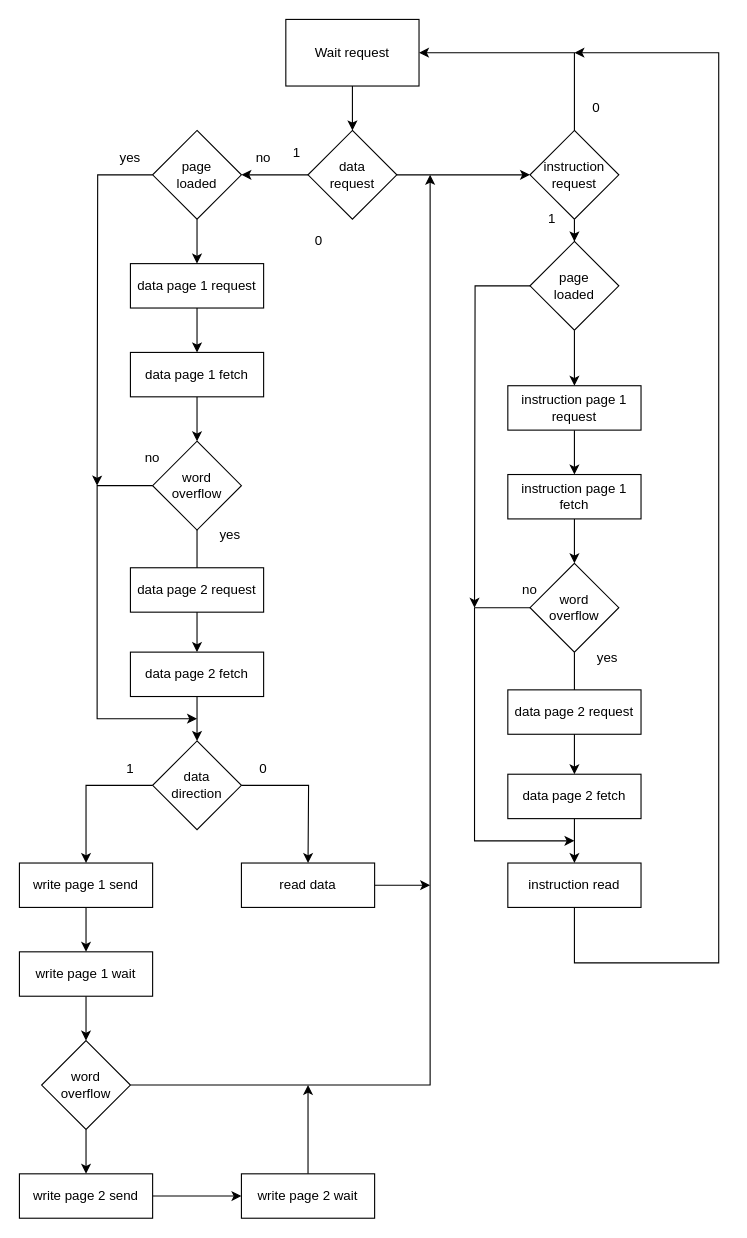
Above: diagrams/memory_manager.drawio in vittorio01/CustomCPU (draw.io), before the change. Source tidied: cells renumbered, new cells numbered last; positions are measured from the earlier drawing's top-left corner, leaving out a move shared by most shapes. Both pictures are drawn from the tidied source at 111%, with x=0, y=0 at pixel (19, 19).
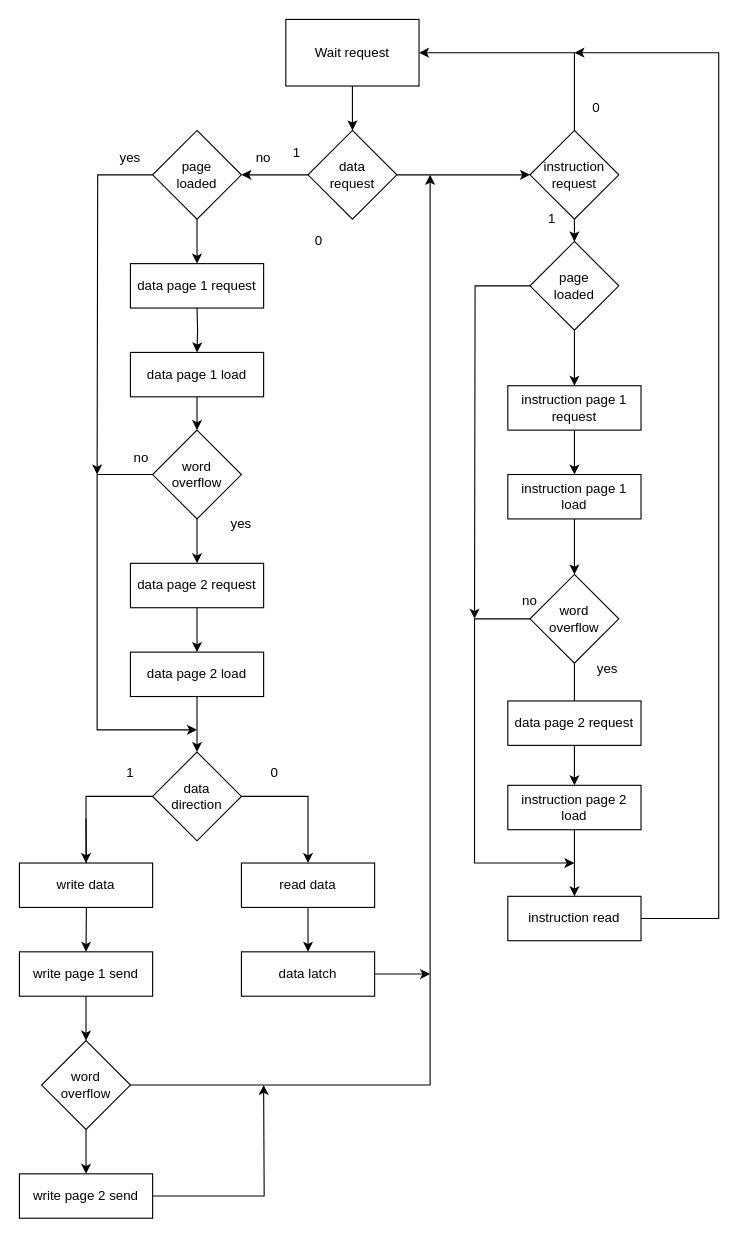
Above is the later version.

Unchanged cells that the change refers to:
```xml
<mxCell id="16" value="data page 1 request" style="rounded=0;whiteSpace=wrap;html=1;" parent="1" vertex="1">
  <mxGeometry x="100" y="220" width="120" height="40" as="geometry" />
</mxCell>
<mxCell id="31" value="read data" style="rounded=0;whiteSpace=wrap;html=1;" parent="1" vertex="1">
  <mxGeometry x="200" y="760" width="120" height="40" as="geometry" />
</mxCell>
<mxCell id="40" value="&lt;div&gt;word &lt;br&gt;&lt;/div&gt;&lt;div&gt;overflow&lt;br&gt;&lt;/div&gt;" style="rhombus;whiteSpace=wrap;html=1;" parent="1" vertex="1">
  <mxGeometry x="20" y="920" width="80" height="80" as="geometry" />
</mxCell>
<mxCell id="42" value="write page 2 send" style="rounded=0;whiteSpace=wrap;html=1;" parent="1" vertex="1">
  <mxGeometry y="1040" width="120" height="40" as="geometry" />
</mxCell>
<mxCell id="46" value="instruction page 1 request" style="rounded=0;whiteSpace=wrap;html=1;" parent="1" vertex="1">
  <mxGeometry x="440" y="330" width="120" height="40" as="geometry" />
</mxCell>
<mxCell id="61" value="&lt;div&gt;page&lt;/div&gt;&lt;div&gt;loaded&lt;br&gt;&lt;/div&gt;" style="rhombus;whiteSpace=wrap;html=1;" parent="1" vertex="1">
  <mxGeometry x="120" y="100" width="80" height="80" as="geometry" />
</mxCell>
<mxCell id="65" value="&lt;div&gt;page&lt;/div&gt;&lt;div&gt;loaded&lt;br&gt;&lt;/div&gt;" style="rhombus;whiteSpace=wrap;html=1;" parent="1" vertex="1">
  <mxGeometry x="460" y="200" width="80" height="80" as="geometry" />
</mxCell>
```

What changed in the source:
```diff
@@
-    <mxCell id="15" style="edgeStyle=orthogonalEdgeStyle;rounded=0;jettySize=auto;html=1;" parent="1" edge="1" source="16" target="18">
-      <mxGeometry relative="1" as="geometry" />
-    </mxCell>
@@
-    <mxCell id="17" style="edgeStyle=orthogonalEdgeStyle;rounded=0;jettySize=auto;html=1;" parent="1" edge="1" source="18" target="21">
-      <mxGeometry relative="1" as="geometry" />
-    </mxCell>
-    <mxCell id="18" value="data page 1 fetch" style="rounded=0;whiteSpace=wrap;html=1;" parent="1" vertex="1">
-      <mxGeometry x="100" y="300" width="120" height="40" as="geometry" />
-    </mxCell>
-    <mxCell id="19" style="edgeStyle=orthogonalEdgeStyle;rounded=0;jettySize=auto;html=1;" parent="1" edge="1" source="21" target="24">
-      <mxGeometry relative="1" as="geometry" />
-    </mxCell>
+    <mxCell id="66" style="edgeStyle=orthogonalEdgeStyle;rounded=0;jettySize=auto;html=1;" parent="1" edge="1" target="72">
+      <mxGeometry relative="1" as="geometry">
+        <mxPoint x="160" y="260" as="sourcePoint" />
+      </mxGeometry>
+    </mxCell>
     <mxCell id="20" style="edgeStyle=orthogonalEdgeStyle;rounded=0;jettySize=auto;html=1;" parent="1" edge="1" source="21">
       <mxGeometry relative="1" as="geometry">
-        <mxPoint x="160" y="630" as="targetPoint" />
+        <mxPoint x="160" y="640" as="targetPoint" />
         <Array as="points">
-          <mxPoint x="70" y="420" />
-          <mxPoint x="70" y="630" />
+          <mxPoint x="70" y="410" />
+          <mxPoint x="70" y="640" />
+          <mxPoint x="160" y="640" />
         </Array>
       </mxGeometry>
     </mxCell>
+    <mxCell id="67" style="edgeStyle=orthogonalEdgeStyle;rounded=0;jettySize=auto;html=1;entryX=0.5;entryY=0;entryDx=0;entryDy=0;" parent="1" edge="1" source="21" target="22">
+      <mxGeometry relative="1" as="geometry" />
+    </mxCell>
     <mxCell id="21" value="&lt;div&gt;word&lt;/div&gt;&lt;div&gt;overflow&lt;br&gt;&lt;/div&gt;" style="rhombus;whiteSpace=wrap;html=1;" parent="1" vertex="1">
-      <mxGeometry x="120" y="380" width="80" height="80" as="geometry" />
+      <mxGeometry x="120" y="370" width="80" height="80" as="geometry" />
     </mxCell>
     <mxCell id="22" value="data page 2 request" style="rounded=0;whiteSpace=wrap;html=1;" parent="1" vertex="1">
-      <mxGeometry x="100" y="494" width="120" height="40" as="geometry" />
+      <mxGeometry x="100" y="490" width="120" height="40" as="geometry" />
     </mxCell>
-    <mxCell id="23" style="edgeStyle=orthogonalEdgeStyle;rounded=0;jettySize=auto;html=1;" parent="1" edge="1" source="24" target="27">
-      <mxGeometry relative="1" as="geometry" />
-    </mxCell>
-    <mxCell id="24" value="data page 2 fetch" style="rounded=0;whiteSpace=wrap;html=1;" parent="1" vertex="1">
-      <mxGeometry x="100" y="570" width="120" height="40" as="geometry" />
-    </mxCell>
+    <mxCell id="68" style="edgeStyle=orthogonalEdgeStyle;rounded=0;jettySize=auto;html=1;exitX=0.5;exitY=1;exitDx=0;exitDy=0;" parent="1" edge="1" source="22">
+      <mxGeometry relative="1" as="geometry">
+        <mxPoint x="160" y="570" as="targetPoint" />
+      </mxGeometry>
+    </mxCell>
-    <mxCell id="25" style="edgeStyle=orthogonalEdgeStyle;rounded=0;jettySize=auto;html=1;" parent="1" edge="1" source="27">
+    <mxCell id="25" style="edgeStyle=orthogonalEdgeStyle;rounded=0;jettySize=auto;html=1;entryX=0.5;entryY=0;entryDx=0;entryDy=0;" parent="1" edge="1" source="27" target="31">
       <mxGeometry relative="1" as="geometry">
-        <mxPoint x="260" y="760" as="targetPoint" />
+        <Array as="points">
+          <mxPoint x="260" y="700" />
+        </Array>
       </mxGeometry>
     </mxCell>
-    <mxCell id="26" style="edgeStyle=orthogonalEdgeStyle;rounded=0;jettySize=auto;html=1;entryX=0.5;entryY=0;entryDx=0;entryDy=0;entryPerimeter=0;" parent="1" edge="1" source="27" target="29">
+    <mxCell id="26" style="edgeStyle=orthogonalEdgeStyle;rounded=0;jettySize=auto;html=1;entryX=0.5;entryY=0;entryDx=0;entryDy=0;" parent="1" edge="1" source="27" target="80">
       <mxGeometry relative="1" as="geometry">
         <Array as="points">
-          <mxPoint x="60" y="690" />
+          <mxPoint x="60" y="700" />
         </Array>
       </mxGeometry>
     </mxCell>
     <mxCell id="27" value="&lt;div&gt;data &lt;br&gt;&lt;/div&gt;&lt;div&gt;direction&lt;br&gt;&lt;/div&gt;" style="rhombus;whiteSpace=wrap;html=1;" parent="1" vertex="1">
-      <mxGeometry x="120" y="650" width="80" height="80" as="geometry" />
+      <mxGeometry x="120" y="660" width="80" height="80" as="geometry" />
     </mxCell>
-    <mxCell id="28" style="edgeStyle=orthogonalEdgeStyle;rounded=0;jettySize=auto;html=1;" parent="1" edge="1" source="29" target="37">
-      <mxGeometry relative="1" as="geometry" />
-    </mxCell>
+    <mxCell id="69" style="edgeStyle=orthogonalEdgeStyle;rounded=0;jettySize=auto;html=1;entryX=0.5;entryY=0;entryDx=0;entryDy=0;" parent="1" edge="1" source="29" target="40">
+      <mxGeometry relative="1" as="geometry" />
+    </mxCell>
     <mxCell id="29" value="write page 1 send" style="rounded=0;whiteSpace=wrap;html=1;" parent="1" vertex="1">
-      <mxGeometry y="760" width="120" height="40" as="geometry" />
+      <mxGeometry y="840" width="120" height="40" as="geometry" />
     </mxCell>
-    <mxCell id="30" style="edgeStyle=orthogonalEdgeStyle;rounded=0;jettySize=auto;html=1;" parent="1" edge="1" source="31">
-      <mxGeometry relative="1" as="geometry">
-        <mxPoint x="370" y="780" as="targetPoint" />
-      </mxGeometry>
-    </mxCell>
+    <mxCell id="70" style="edgeStyle=orthogonalEdgeStyle;rounded=0;jettySize=auto;html=1;" parent="1" edge="1" source="31" target="82">
+      <mxGeometry relative="1" as="geometry" />
+    </mxCell>
@@
     <mxCell id="32" value="yes" style="text;html=1;strokeColor=none;fillColor=none;align=center;verticalAlign=middle;whiteSpace=wrap;rounded=0;" parent="1" vertex="1">
-      <mxGeometry x="160" y="450" width="60" height="30" as="geometry" />
+      <mxGeometry x="170" y="440" width="60" height="30" as="geometry" />
     </mxCell>
     <mxCell id="33" value="no" style="text;html=1;strokeColor=none;fillColor=none;align=center;verticalAlign=middle;whiteSpace=wrap;rounded=0;" parent="1" vertex="1">
-      <mxGeometry x="90" y="380" width="60" height="30" as="geometry" />
+      <mxGeometry x="80" y="380" width="60" height="30" as="geometry" />
     </mxCell>
     <mxCell id="34" value="1" style="text;html=1;strokeColor=none;fillColor=none;align=center;verticalAlign=middle;whiteSpace=wrap;rounded=0;" parent="1" vertex="1">
-      <mxGeometry x="70" y="660" width="60" height="30" as="geometry" />
+      <mxGeometry x="70" y="664" width="60" height="30" as="geometry" />
     </mxCell>
     <mxCell id="35" value="0" style="text;html=1;strokeColor=none;fillColor=none;align=center;verticalAlign=middle;whiteSpace=wrap;rounded=0;" parent="1" vertex="1">
-      <mxGeometry x="190" y="660" width="60" height="30" as="geometry" />
+      <mxGeometry x="200" y="664" width="60" height="30" as="geometry" />
     </mxCell>
-    <mxCell id="36" style="edgeStyle=orthogonalEdgeStyle;rounded=0;jettySize=auto;html=1;" parent="1" edge="1" source="37" target="40">
-      <mxGeometry relative="1" as="geometry" />
-    </mxCell>
-    <mxCell id="37" value="write page 1 wait" style="rounded=0;whiteSpace=wrap;html=1;" parent="1" vertex="1">
-      <mxGeometry y="840" width="120" height="40" as="geometry" />
-    </mxCell>
@@
-    <mxCell id="41" style="edgeStyle=orthogonalEdgeStyle;rounded=0;jettySize=auto;html=1;" parent="1" edge="1" source="42" target="44">
-      <mxGeometry relative="1" as="geometry" />
+    <mxCell id="41" style="edgeStyle=orthogonalEdgeStyle;rounded=0;jettySize=auto;html=1;" parent="1" edge="1" source="42">
+      <mxGeometry relative="1" as="geometry">
+        <mxPoint x="220" y="960" as="targetPoint" />
+      </mxGeometry>
     </mxCell>
@@
-    <mxCell id="43" style="edgeStyle=orthogonalEdgeStyle;rounded=0;jettySize=auto;html=1;" parent="1" edge="1" source="44">
-      <mxGeometry relative="1" as="geometry">
-        <mxPoint x="260" y="960" as="targetPoint" />
-      </mxGeometry>
-    </mxCell>
-    <mxCell id="44" value="write page 2 wait" style="rounded=0;whiteSpace=wrap;html=1;" parent="1" vertex="1">
-      <mxGeometry x="200" y="1040" width="120" height="40" as="geometry" />
-    </mxCell>
-    <mxCell id="45" style="edgeStyle=orthogonalEdgeStyle;rounded=0;jettySize=auto;html=1;" parent="1" edge="1" source="46" target="48">
-      <mxGeometry relative="1" as="geometry" />
+    <mxCell id="45" style="edgeStyle=orthogonalEdgeStyle;rounded=0;jettySize=auto;html=1;" parent="1" edge="1" source="46">
+      <mxGeometry relative="1" as="geometry">
+        <mxPoint x="500" y="410" as="targetPoint" />
+      </mxGeometry>
     </mxCell>
@@
-    <mxCell id="47" style="edgeStyle=orthogonalEdgeStyle;rounded=0;jettySize=auto;html=1;" parent="1" edge="1" source="48" target="51">
-      <mxGeometry relative="1" as="geometry" />
-    </mxCell>
-    <mxCell id="48" value="instruction page 1 fetch" style="rounded=0;whiteSpace=wrap;html=1;" parent="1" vertex="1">
-      <mxGeometry x="440" y="410" width="120" height="40" as="geometry" />
-    </mxCell>
-    <mxCell id="49" style="edgeStyle=orthogonalEdgeStyle;rounded=0;jettySize=auto;html=1;" parent="1" edge="1" source="51" target="54">
-      <mxGeometry relative="1" as="geometry" />
+    <mxCell id="49" style="edgeStyle=orthogonalEdgeStyle;rounded=0;jettySize=auto;html=1;" parent="1" edge="1" source="51">
+      <mxGeometry relative="1" as="geometry">
+        <mxPoint x="500" y="690" as="targetPoint" />
+      </mxGeometry>
     </mxCell>
     <mxCell id="50" style="edgeStyle=orthogonalEdgeStyle;rounded=0;jettySize=auto;html=1;" parent="1" edge="1" source="51">
       <mxGeometry relative="1" as="geometry">
-        <mxPoint x="500" y="740" as="targetPoint" />
+        <mxPoint x="500" y="760" as="targetPoint" />
         <Array as="points">
-          <mxPoint x="410" y="530" />
-          <mxPoint x="410" y="740" />
+          <mxPoint x="410" y="540" />
+          <mxPoint x="410" y="760" />
         </Array>
       </mxGeometry>
     </mxCell>
     <mxCell id="51" value="&lt;div&gt;word&lt;/div&gt;&lt;div&gt;overflow&lt;br&gt;&lt;/div&gt;" style="rhombus;whiteSpace=wrap;html=1;" parent="1" vertex="1">
-      <mxGeometry x="460" y="490" width="80" height="80" as="geometry" />
+      <mxGeometry x="460" y="500" width="80" height="80" as="geometry" />
     </mxCell>
     <mxCell id="52" value="data page 2 request" style="rounded=0;whiteSpace=wrap;html=1;" parent="1" vertex="1">
-      <mxGeometry x="440" y="604" width="120" height="40" as="geometry" />
+      <mxGeometry x="440" y="614" width="120" height="40" as="geometry" />
     </mxCell>
-    <mxCell id="53" style="edgeStyle=orthogonalEdgeStyle;rounded=0;jettySize=auto;html=1;" parent="1" edge="1" source="54">
-      <mxGeometry relative="1" as="geometry">
-        <mxPoint x="500" y="760" as="targetPoint" />
-      </mxGeometry>
-    </mxCell>
-    <mxCell id="54" value="data page 2 fetch" style="rounded=0;whiteSpace=wrap;html=1;" parent="1" vertex="1">
-      <mxGeometry x="440" y="680" width="120" height="40" as="geometry" />
-    </mxCell>
     <mxCell id="55" value="yes" style="text;html=1;strokeColor=none;fillColor=none;align=center;verticalAlign=middle;whiteSpace=wrap;rounded=0;" parent="1" vertex="1">
-      <mxGeometry x="500" y="560" width="60" height="30" as="geometry" />
+      <mxGeometry x="500" y="570" width="60" height="30" as="geometry" />
     </mxCell>
     <mxCell id="56" value="no" style="text;html=1;strokeColor=none;fillColor=none;align=center;verticalAlign=middle;whiteSpace=wrap;rounded=0;" parent="1" vertex="1">
-      <mxGeometry x="430" y="499" width="60" height="30" as="geometry" />
+      <mxGeometry x="430" y="509" width="60" height="30" as="geometry" />
     </mxCell>
     <mxCell id="57" style="edgeStyle=orthogonalEdgeStyle;rounded=0;jettySize=auto;html=1;" parent="1" edge="1" source="58">
       <mxGeometry relative="1" as="geometry">
         <mxPoint x="500" y="30" as="targetPoint" />
         <Array as="points">
-          <mxPoint x="630" y="850" />
+          <mxPoint x="630" y="810" />
           <mxPoint x="630" y="30" />
         </Array>
       </mxGeometry>
     </mxCell>
     <mxCell id="58" value="instruction read" style="rounded=0;whiteSpace=wrap;html=1;" parent="1" vertex="1">
-      <mxGeometry x="440" y="760" width="120" height="40" as="geometry" />
+      <mxGeometry x="440" y="790" width="120" height="40" as="geometry" />
     </mxCell>
@@
     <mxCell id="60" style="edgeStyle=orthogonalEdgeStyle;rounded=0;jettySize=auto;html=1;" parent="1" edge="1" source="61">
       <mxGeometry relative="1" as="geometry">
-        <mxPoint x="70" y="420" as="targetPoint" />
+        <mxPoint x="70" y="410" as="targetPoint" />
       </mxGeometry>
     </mxCell>
@@
     <mxCell id="64" style="edgeStyle=orthogonalEdgeStyle;rounded=0;jettySize=auto;html=1;" parent="1" edge="1" source="65">
       <mxGeometry relative="1" as="geometry">
-        <mxPoint x="410" y="530" as="targetPoint" />
+        <mxPoint x="410" y="540" as="targetPoint" />
       </mxGeometry>
     </mxCell>
@@
+    <mxCell id="71" style="edgeStyle=orthogonalEdgeStyle;rounded=0;jettySize=auto;html=1;" parent="1" edge="1" source="72" target="21">
+      <mxGeometry relative="1" as="geometry" />
+    </mxCell>
+    <mxCell id="72" value="data page 1 load" style="rounded=0;whiteSpace=wrap;html=1;" parent="1" vertex="1">
+      <mxGeometry x="100" y="300" width="120" height="40" as="geometry" />
+    </mxCell>
+    <mxCell id="73" style="edgeStyle=orthogonalEdgeStyle;rounded=0;jettySize=auto;html=1;entryX=0.5;entryY=0;entryDx=0;entryDy=0;" parent="1" edge="1" source="74" target="27">
+      <mxGeometry relative="1" as="geometry" />
+    </mxCell>
+    <mxCell id="74" value="data page 2 load" style="rounded=0;whiteSpace=wrap;html=1;" parent="1" vertex="1">
+      <mxGeometry x="100" y="570" width="120" height="40" as="geometry" />
+    </mxCell>
+    <mxCell id="75" style="edgeStyle=orthogonalEdgeStyle;rounded=0;jettySize=auto;html=1;entryX=0.5;entryY=0;entryDx=0;entryDy=0;" parent="1" edge="1" source="76" target="51">
+      <mxGeometry relative="1" as="geometry" />
+    </mxCell>
+    <mxCell id="76" value="&lt;div&gt;instruction page 1 &lt;br&gt;&lt;/div&gt;&lt;div&gt;load&lt;br&gt;&lt;/div&gt;" style="rounded=0;whiteSpace=wrap;html=1;" parent="1" vertex="1">
+      <mxGeometry x="440" y="410" width="120" height="40" as="geometry" />
+    </mxCell>
+    <mxCell id="77" style="edgeStyle=orthogonalEdgeStyle;rounded=0;jettySize=auto;html=1;" parent="1" edge="1" source="78" target="58">
+      <mxGeometry relative="1" as="geometry" />
+    </mxCell>
+    <mxCell id="78" value="&lt;div&gt;instruction page 2 &lt;br&gt;&lt;/div&gt;&lt;div&gt;load&lt;br&gt;&lt;/div&gt;" style="rounded=0;whiteSpace=wrap;html=1;" parent="1" vertex="1">
+      <mxGeometry x="440" y="690" width="120" height="40" as="geometry" />
+    </mxCell>
+    <mxCell id="79" style="edgeStyle=orthogonalEdgeStyle;rounded=0;jettySize=auto;html=1;entryX=0.5;entryY=0;entryDx=0;entryDy=0;" parent="1" edge="1" target="29">
+      <mxGeometry relative="1" as="geometry">
+        <mxPoint x="60" y="720" as="sourcePoint" />
+      </mxGeometry>
+    </mxCell>
+    <mxCell id="80" value="write data" style="rounded=0;whiteSpace=wrap;html=1;" parent="1" vertex="1">
+      <mxGeometry y="760" width="120" height="40" as="geometry" />
+    </mxCell>
+    <mxCell id="81" style="edgeStyle=orthogonalEdgeStyle;rounded=0;jettySize=auto;html=1;" parent="1" edge="1" source="82">
+      <mxGeometry relative="1" as="geometry">
+        <mxPoint x="370" y="860" as="targetPoint" />
+      </mxGeometry>
+    </mxCell>
+    <mxCell id="82" value="data latch" style="rounded=0;whiteSpace=wrap;html=1;" parent="1" vertex="1">
+      <mxGeometry x="200" y="840" width="120" height="40" as="geometry" />
+    </mxCell>
```
